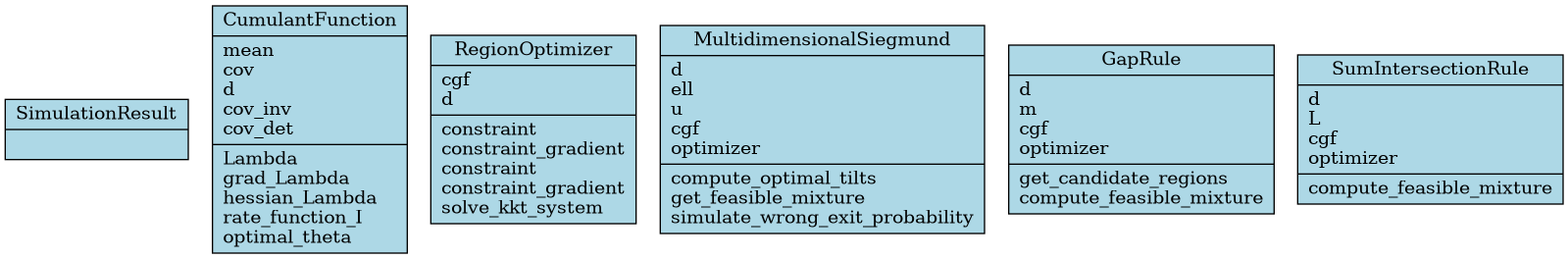
This is docs/architecture/class-diagram.png from DiogoRibeiro7/efficient-importance-sampling, a Mermaid export, as it was before one commit. Its source is kept beside it as docs/architecture/class-diagram.mmd.
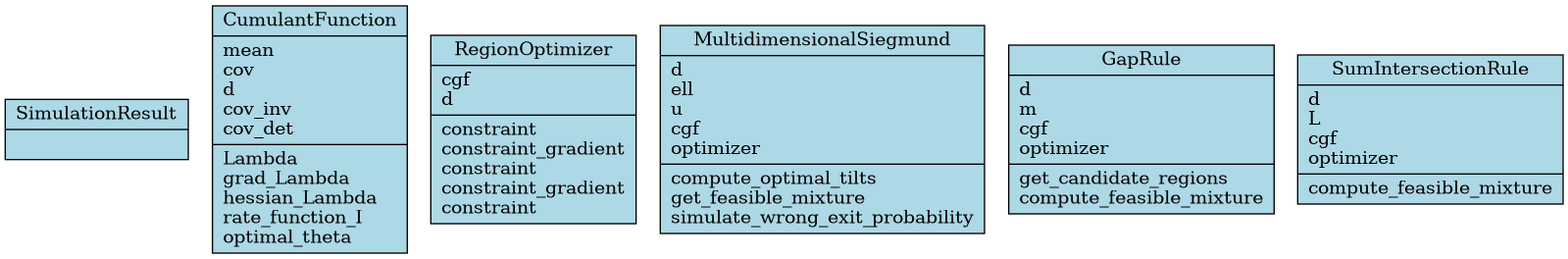
The same file after the commit.

Commit message:
docs: Update architecture diagrams [skip ci]

What changed in the source:
```diff
@@ -23,10 +23,9 @@
     +constraint_gradient()
     +constraint()
     +constraint_gradient()
+    +constraint()
+    +constraint_gradient()
     +solve_kkt_system()
-    +objective_and_constraints()
-    +lagrangian()
-    +constraint_func()
   }
 
   class MultidimensionalSiegmund {
```
